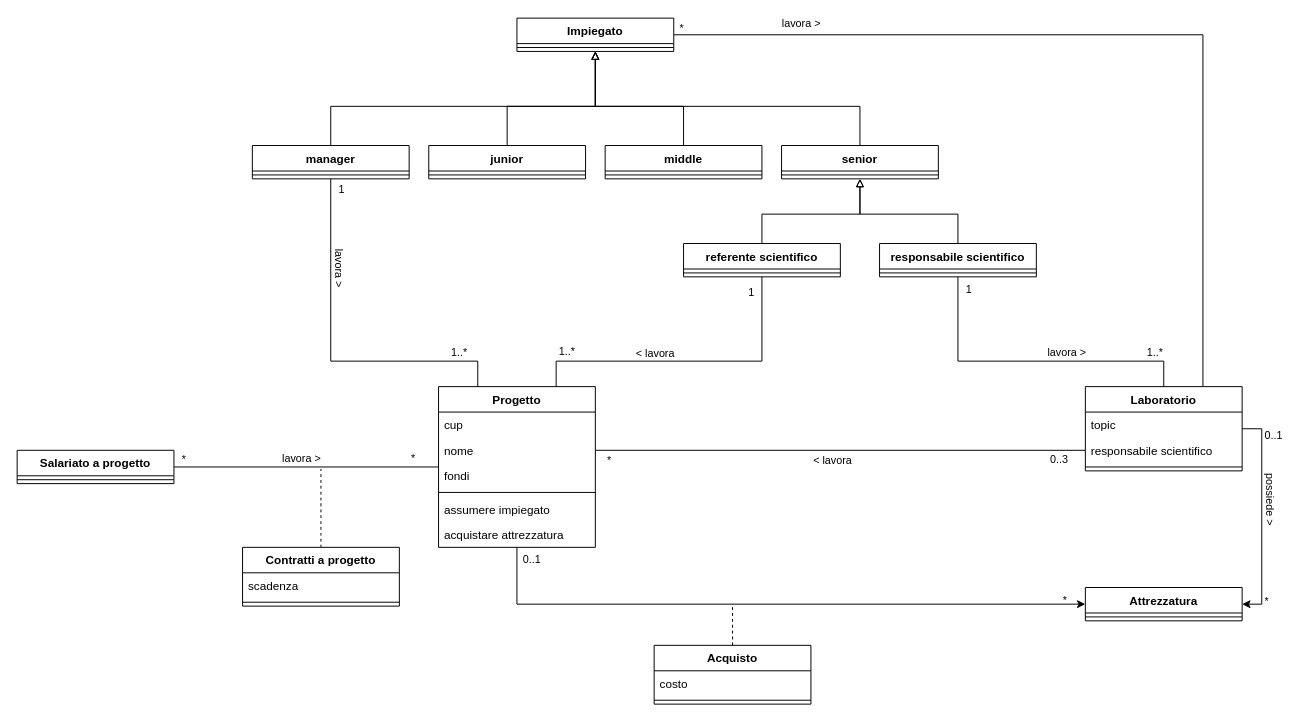
roberto-ingenito-progetto-OO-BD/progetto_OO_BD keeps this draw.io diagram as object_orientation/schemi/class diagram dominio del problema.drawio. Above is the earlier version. Source tidied: cells renumbered, new cells numbered last; positions are measured from the earlier drawing's top-left corner, leaving out a move shared by most shapes. Both pictures are drawn from the tidied source at 98%, with x=0, y=0 at pixel (17, 18).
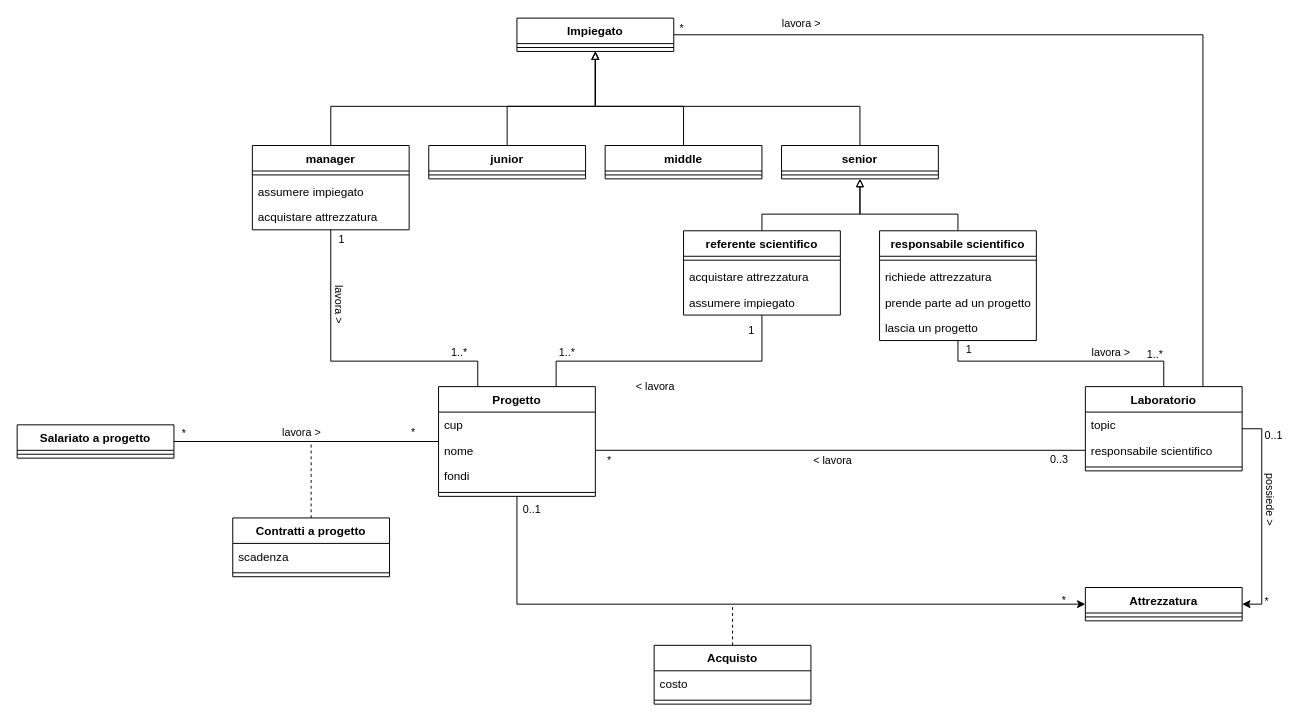
Above is the later version.

Commit message (it also covers changes not shown here):
oggetti: diagrammi

What changed in the source:
```diff
@@
     <mxCell id="23" value="Progetto" style="swimlane;fontStyle=1;align=center;verticalAlign=top;horizontal=1;startSize=26;" parent="1" vertex="1">
-      <mxGeometry x="430" y="376" width="160" height="164" as="geometry" />
+      <mxGeometry x="430" y="376" width="160" height="112" as="geometry" />
     </mxCell>
@@
-    <mxCell id="28" value="assumere impiegato" style="text;strokeColor=none;fillColor=none;align=left;verticalAlign=top;spacingLeft=4;spacingRight=4;overflow=hidden;" parent="23" vertex="1">
-      <mxGeometry y="112" width="160" height="26" as="geometry" />
-    </mxCell>
-    <mxCell id="29" value="acquistare attrezzatura" style="text;strokeColor=none;fillColor=none;align=left;verticalAlign=top;spacingLeft=4;spacingRight=4;overflow=hidden;" parent="23" vertex="1">
-      <mxGeometry y="138" width="160" height="26" as="geometry" />
-    </mxCell>
     <mxCell id="30" value="Contratti a progetto" style="swimlane;fontStyle=1;align=center;verticalAlign=top;horizontal=1;startSize=26;" parent="1" vertex="1">
-      <mxGeometry x="230" y="540" width="160" height="60" as="geometry" />
+      <mxGeometry x="220" y="510" width="160" height="60" as="geometry" />
     </mxCell>
@@
     <mxCell id="42" value="Salariato a progetto" style="swimlane;fontStyle=1;align=center;verticalAlign=top;horizontal=1;startSize=26;" parent="1" vertex="1">
-      <mxGeometry y="441" width="160" height="34" as="geometry" />
+      <mxGeometry y="415" width="160" height="34" as="geometry" />
     </mxCell>
@@
     <mxCell id="44" style="endArrow=none;dashed=1;html=1;rounded=0;curved=1;exitX=0.5;exitY=0;exitDx=0;exitDy=0;" parent="1" edge="1" source="30">
       <mxGeometry relative="1" as="geometry">
-        <mxPoint x="310" y="460" as="targetPoint" />
+        <mxPoint x="300" y="432" as="targetPoint" />
       </mxGeometry>
     </mxCell>
@@
     <mxCell id="60" value="manager" style="swimlane;fontStyle=1;align=center;verticalAlign=top;horizontal=1;startSize=26;" parent="1" vertex="1">
-      <mxGeometry x="240" y="130" width="160" height="34" as="geometry" />
+      <mxGeometry x="240" y="130" width="160" height="86" as="geometry" />
     </mxCell>
@@
+    <mxCell id="76" value="assumere impiegato" style="text;strokeColor=none;fillColor=none;align=left;verticalAlign=top;spacingLeft=4;spacingRight=4;overflow=hidden;" parent="60" vertex="1">
+      <mxGeometry y="34" width="160" height="26" as="geometry" />
+    </mxCell>
+    <mxCell id="77" value="acquistare attrezzatura" style="text;strokeColor=none;fillColor=none;align=left;verticalAlign=top;spacingLeft=4;spacingRight=4;overflow=hidden;" parent="60" vertex="1">
+      <mxGeometry y="60" width="160" height="26" as="geometry" />
+    </mxCell>
@@
     <mxCell id="67" value="referente scientifico" style="swimlane;fontStyle=1;align=center;verticalAlign=top;horizontal=1;startSize=26;" parent="1" vertex="1">
-      <mxGeometry x="680" y="230" width="160" height="34" as="geometry" />
+      <mxGeometry x="680" y="217" width="160" height="86" as="geometry" />
     </mxCell>
@@
+    <mxCell id="78" value="acquistare attrezzatura" style="text;strokeColor=none;fillColor=none;align=left;verticalAlign=top;spacingLeft=4;spacingRight=4;overflow=hidden;" parent="67" vertex="1">
+      <mxGeometry y="34" width="160" height="26" as="geometry" />
+    </mxCell>
+    <mxCell id="28" value="assumere impiegato" style="text;strokeColor=none;fillColor=none;align=left;verticalAlign=top;spacingLeft=4;spacingRight=4;overflow=hidden;" parent="67" vertex="1">
+      <mxGeometry y="60" width="160" height="26" as="geometry" />
+    </mxCell>
@@
     <mxCell id="74" value="responsabile scientifico" style="swimlane;fontStyle=1;align=center;verticalAlign=top;horizontal=1;startSize=26;" parent="1" vertex="1">
-      <mxGeometry x="880" y="230" width="160" height="34" as="geometry" />
+      <mxGeometry x="880" y="217" width="160" height="112" as="geometry" />
     </mxCell>
@@
+    <mxCell id="79" value="richiede attrezzatura" style="text;strokeColor=none;fillColor=none;align=left;verticalAlign=top;spacingLeft=4;spacingRight=4;overflow=hidden;" parent="74" vertex="1">
+      <mxGeometry y="34" width="160" height="26" as="geometry" />
+    </mxCell>
+    <mxCell id="80" value="prende parte ad un progetto" style="text;strokeColor=none;fillColor=none;align=left;verticalAlign=top;spacingLeft=4;spacingRight=4;overflow=hidden;" parent="74" vertex="1">
+      <mxGeometry y="60" width="160" height="26" as="geometry" />
+    </mxCell>
+    <mxCell id="81" value="lascia un progetto" style="text;strokeColor=none;fillColor=none;align=left;verticalAlign=top;spacingLeft=4;spacingRight=4;overflow=hidden;" parent="74" vertex="1">
+      <mxGeometry y="86" width="160" height="26" as="geometry" />
+    </mxCell>
```
